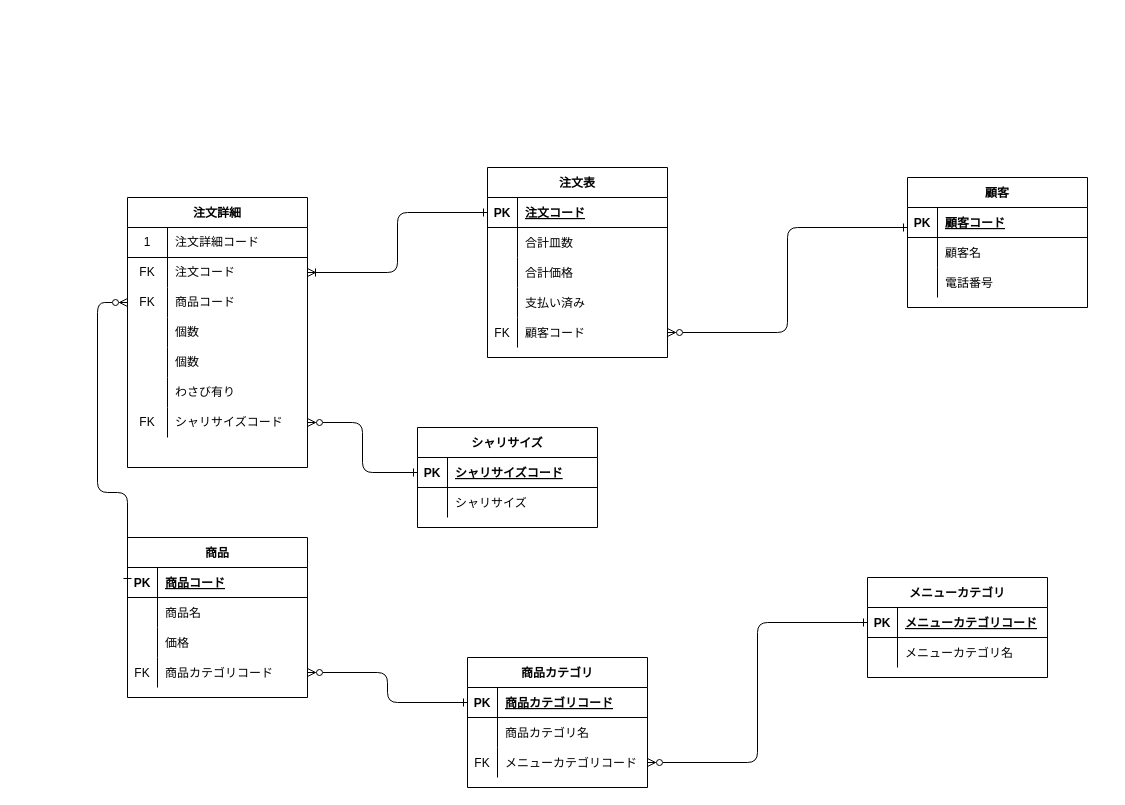
Yuji5117/praha_challenge keeps this draw.io diagram as データベース設計/DBモデリング１/課題2/課題2_シャリサイズ追加.drawio. Above is the earlier version. Source tidied: cells renumbered, new cells numbered last; positions are measured from the earlier drawing's top-left corner, leaving out a move shared by most shapes. Both pictures are drawn from the tidied source at 100%, with x=0, y=0 at pixel (97, 167).
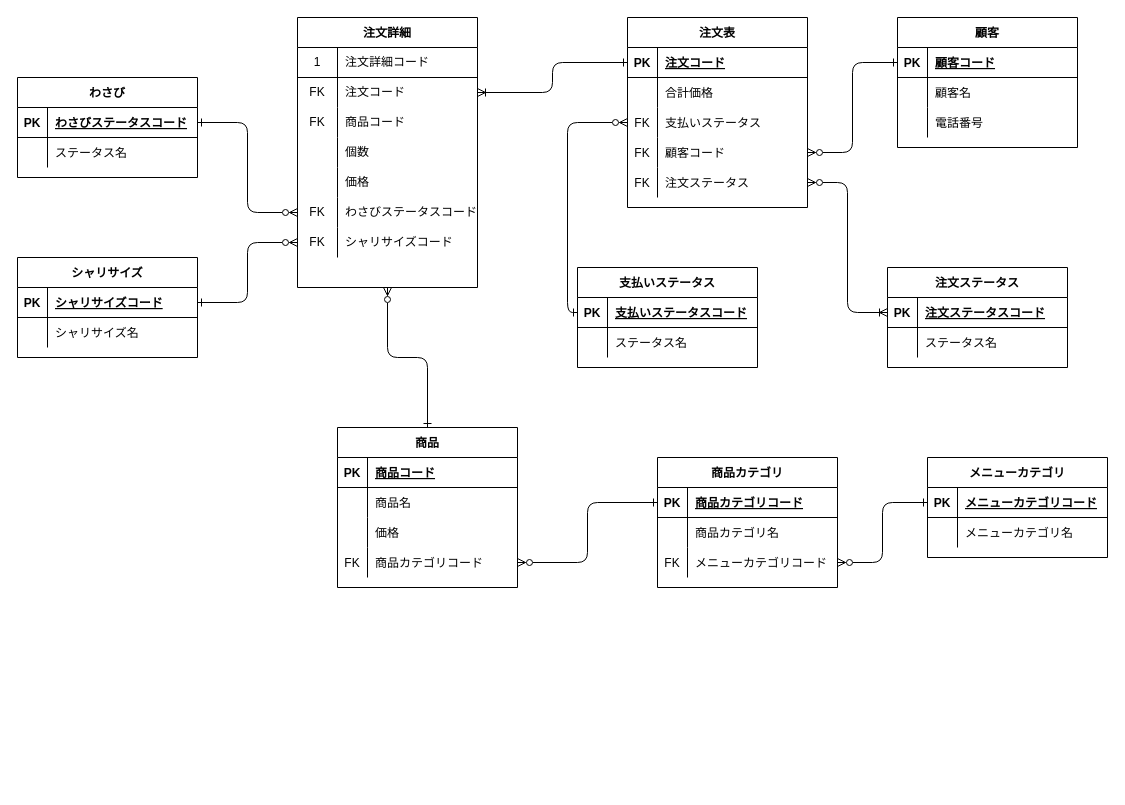
After the change.

Commit message (it also covers changes not shown here):
課題2_シャリサイズのer図を修正

The change refers to these unchanged cells:
```xml
<mxCell id="3" style="shape=partialRectangle;fillColor=none;top=0;left=0;bottom=1;right=0;points=[[0,0.5],[1,0.5]];portConstraint=eastwest;" parent="2" vertex="1">
  <mxGeometry y="30" width="180" height="30" as="geometry" />
</mxCell>
<mxCell id="15" style="shape=partialRectangle;fillColor=none;top=0;left=0;bottom=0;right=0;points=[[0,0.5],[1,0.5]];portConstraint=eastwest;" parent="2" vertex="1">
  <mxGeometry y="150" width="180" height="30" as="geometry" />
</mxCell>
<mxCell id="19" style="shape=partialRectangle;fillColor=none;top=0;left=0;bottom=1;right=0;points=[[0,0.5],[1,0.5]];portConstraint=eastwest;" parent="18" vertex="1">
  <mxGeometry y="30" width="180" height="30" as="geometry" />
</mxCell>
<mxCell id="28" style="shape=partialRectangle;fillColor=none;top=0;left=0;bottom=0;right=0;points=[[0,0.5],[1,0.5]];portConstraint=eastwest;" parent="18" vertex="1">
  <mxGeometry y="120" width="180" height="30" as="geometry" />
</mxCell>
<mxCell id="32" style="shape=partialRectangle;fillColor=none;top=0;left=0;bottom=1;right=0;points=[[0,0.5],[1,0.5]];portConstraint=eastwest;" parent="31" vertex="1">
  <mxGeometry y="30" width="180" height="30" as="geometry" />
</mxCell>
<mxCell id="38" style="shape=partialRectangle;fillColor=none;top=0;left=0;bottom=0;right=0;points=[[0,0.5],[1,0.5]];portConstraint=eastwest;" parent="31" vertex="1">
  <mxGeometry y="90" width="180" height="30" as="geometry" />
</mxCell>
<mxCell id="42" style="shape=partialRectangle;fillColor=none;top=0;left=0;bottom=1;right=0;points=[[0,0.5],[1,0.5]];portConstraint=eastwest;" parent="41" vertex="1">
  <mxGeometry y="30" width="180" height="30" as="geometry" />
</mxCell>
<mxCell id="50" style="shape=partialRectangle;fillColor=none;top=0;left=0;bottom=1;right=0;points=[[0,0.5],[1,0.5]];portConstraint=eastwest;" parent="49" vertex="1">
  <mxGeometry y="30" width="180" height="30" as="geometry" />
</mxCell>
<mxCell id="65" style="shape=partialRectangle;html=1;whiteSpace=wrap;fillColor=none;top=0;left=0;bottom=0;right=0;points=[[0,0.5],[1,0.5]];portConstraint=eastwest;" parent="61" vertex="1">
  <mxGeometry y="60" width="180" height="30" as="geometry" />
</mxCell>
<mxCell id="68" style="shape=partialRectangle;html=1;whiteSpace=wrap;fillColor=none;top=0;left=0;bottom=0;right=0;points=[[0,0.5],[1,0.5]];portConstraint=eastwest;" parent="61" vertex="1">
  <mxGeometry y="90" width="180" height="30" as="geometry" />
</mxCell>
<mxCell id="77" style="shape=partialRectangle;html=1;whiteSpace=wrap;fillColor=none;top=0;left=0;bottom=0;right=0;points=[[0,0.5],[1,0.5]];portConstraint=eastwest;" parent="61" vertex="1">
  <mxGeometry y="180" width="180" height="30" as="geometry" />
</mxCell>
<mxCell id="80" style="shape=partialRectangle;html=1;whiteSpace=wrap;fillColor=none;top=0;left=0;bottom=0;right=0;points=[[0,0.5],[1,0.5]];portConstraint=eastwest;" parent="61" vertex="1">
  <mxGeometry y="210" width="180" height="30" as="geometry" />
</mxCell>
```

What changed in the source:
```diff
@@
     <mxCell id="2" value="注文表" style="shape=table;startSize=30;childLayout=tableLayout;rowLines=0;fontStyle=1;align=center;" parent="1" vertex="1">
-      <mxGeometry x="390" width="180" height="190" as="geometry" />
+      <mxGeometry x="530" y="-150" width="180" height="190" as="geometry" />
     </mxCell>
@@
-    <mxCell id="6" style="shape=partialRectangle;fillColor=none;top=0;left=0;bottom=0;right=0;" parent="2" vertex="1">
-      <mxGeometry y="60" width="180" height="30" as="geometry" />
-    </mxCell>
-    <mxCell id="7" style="shape=partialRectangle;fillColor=none;top=0;left=0;bottom=0;right=0;overflow=hidden;" parent="6" vertex="1">
-      <mxGeometry width="30" height="30" as="geometry" />
-    </mxCell>
-    <mxCell id="8" value="合計皿数" style="shape=partialRectangle;fillColor=none;top=0;left=0;bottom=0;right=0;align=left;spacingLeft=6;overflow=hidden;" parent="6" vertex="1">
-      <mxGeometry x="30" width="150" height="30" as="geometry" />
-    </mxCell>
     <mxCell id="9" style="shape=partialRectangle;fillColor=none;top=0;left=0;bottom=0;right=0;" parent="2" vertex="1">
-      <mxGeometry y="90" width="180" height="30" as="geometry" />
+      <mxGeometry y="60" width="180" height="30" as="geometry" />
     </mxCell>
@@
     <mxCell id="12" style="shape=partialRectangle;fillColor=none;top=0;left=0;bottom=0;right=0;points=[[0,0.5],[1,0.5]];portConstraint=eastwest;" parent="2" vertex="1">
-      <mxGeometry y="120" width="180" height="30" as="geometry" />
+      <mxGeometry y="90" width="180" height="30" as="geometry" />
     </mxCell>
-    <mxCell id="13" style="shape=partialRectangle;fillColor=none;top=0;left=0;bottom=0;right=0;overflow=hidden;" parent="12" vertex="1">
+    <mxCell id="13" value="FK" style="shape=partialRectangle;fillColor=none;top=0;left=0;bottom=0;right=0;overflow=hidden;" parent="12" vertex="1">
       <mxGeometry width="30" height="30" as="geometry" />
     </mxCell>
-    <mxCell id="14" value="支払い済み" style="shape=partialRectangle;fillColor=none;top=0;left=0;bottom=0;right=0;align=left;spacingLeft=6;overflow=hidden;" parent="12" vertex="1">
+    <mxCell id="14" value="支払いステータス" style="shape=partialRectangle;fillColor=none;top=0;left=0;bottom=0;right=0;align=left;spacingLeft=6;overflow=hidden;" parent="12" vertex="1">
       <mxGeometry x="30" width="150" height="30" as="geometry" />
     </mxCell>
+    <mxCell id="93" style="shape=partialRectangle;fillColor=none;top=0;left=0;bottom=0;right=0;points=[[0,0.5],[1,0.5]];portConstraint=eastwest;" parent="2" vertex="1">
+      <mxGeometry y="120" width="180" height="30" as="geometry" />
+    </mxCell>
+    <mxCell id="94" value="FK" style="shape=partialRectangle;fillColor=none;top=0;left=0;bottom=0;right=0;overflow=hidden;" parent="93" vertex="1">
+      <mxGeometry width="30" height="30" as="geometry" />
+    </mxCell>
+    <mxCell id="95" value="顧客コード" style="shape=partialRectangle;fillColor=none;top=0;left=0;bottom=0;right=0;align=left;spacingLeft=6;overflow=hidden;" parent="93" vertex="1">
+      <mxGeometry x="30" width="150" height="30" as="geometry" />
+    </mxCell>
@@
-    <mxCell id="17" value="顧客コード" style="shape=partialRectangle;fillColor=none;top=0;left=0;bottom=0;right=0;align=left;spacingLeft=6;overflow=hidden;" parent="15" vertex="1">
+    <mxCell id="17" value="注文ステータス" style="shape=partialRectangle;fillColor=none;top=0;left=0;bottom=0;right=0;align=left;spacingLeft=6;overflow=hidden;" parent="15" vertex="1">
       <mxGeometry x="30" width="150" height="30" as="geometry" />
     </mxCell>
+    <mxCell id="96" style="edgeStyle=orthogonalEdgeStyle;html=1;exitX=0.5;exitY=0;exitDx=0;exitDy=0;entryX=0.5;entryY=1;entryDx=0;entryDy=0;startArrow=ERone;startFill=0;endArrow=ERzeroToMany;endFill=0;" parent="1" edge="1" source="18" target="61">
+      <mxGeometry relative="1" as="geometry" />
+    </mxCell>
     <mxCell id="18" value="商品" style="shape=table;startSize=30;childLayout=tableLayout;rowLines=0;fontStyle=1;align=center;" parent="1" vertex="1">
-      <mxGeometry x="30" y="370" width="180" height="160" as="geometry" />
+      <mxGeometry x="240" y="260" width="180" height="160" as="geometry" />
     </mxCell>
@@
     <mxCell id="31" value="商品カテゴリ" style="shape=table;startSize=30;childLayout=tableLayout;rowLines=0;fontStyle=1;align=center;" parent="1" vertex="1">
-      <mxGeometry x="370" y="490" width="180" height="130" as="geometry" />
+      <mxGeometry x="560" y="290" width="180" height="130" as="geometry" />
     </mxCell>
@@
     <mxCell id="41" value="メニューカテゴリ" style="shape=table;startSize=30;childLayout=tableLayout;rowLines=0;fontStyle=1;align=center;" parent="1" vertex="1">
-      <mxGeometry x="770" y="410" width="180" height="100" as="geometry" />
+      <mxGeometry x="830" y="290" width="180" height="100" as="geometry" />
     </mxCell>
@@
-    <mxCell id="48" style="edgeStyle=orthogonalEdgeStyle;html=1;exitX=0;exitY=0.5;exitDx=0;exitDy=0;entryX=1;entryY=0.5;entryDx=0;entryDy=0;startArrow=ERone;startFill=0;endArrow=ERzeroToMany;endFill=0;" parent="1" edge="1" source="42" target="38">
-      <mxGeometry relative="1" as="geometry" />
-    </mxCell>
     <mxCell id="49" value="顧客" style="shape=table;startSize=30;childLayout=tableLayout;rowLines=0;fontStyle=1;align=center;" parent="1" vertex="1">
-      <mxGeometry x="810" y="10" width="180" height="130" as="geometry" />
+      <mxGeometry x="800" y="-150" width="180" height="130" as="geometry" />
     </mxCell>
@@
-    <mxCell id="59" style="edgeStyle=elbowEdgeStyle;html=1;exitX=1;exitY=0.5;exitDx=0;exitDy=0;startArrow=ERzeroToMany;startFill=0;endArrow=ERone;endFill=0;" parent="1" edge="1" source="15">
-      <mxGeometry relative="1" as="geometry">
-        <mxPoint x="810" y="60" as="targetPoint" />
-      </mxGeometry>
-    </mxCell>
-    <mxCell id="60" style="edgeStyle=elbowEdgeStyle;html=1;exitX=0;exitY=0.5;exitDx=0;exitDy=0;entryX=1;entryY=0.5;entryDx=0;entryDy=0;startArrow=ERone;startFill=0;endArrow=ERzeroToMany;endFill=0;" parent="1" edge="1" source="32" target="28">
-      <mxGeometry relative="1" as="geometry" />
-    </mxCell>
     <mxCell id="61" value="注文詳細" style="shape=table;startSize=30;childLayout=tableLayout;rowLines=0;fontStyle=1;align=center;" parent="1" vertex="1">
-      <mxGeometry x="30" y="30" width="180" height="270" as="geometry" />
+      <mxGeometry x="200" y="-150" width="180" height="270" as="geometry" />
     </mxCell>
@@
-    <mxCell id="74" style="shape=partialRectangle;html=1;whiteSpace=wrap;fillColor=none;top=0;left=0;bottom=0;right=0;" parent="61" vertex="1">
-      <mxGeometry y="150" width="180" height="30" as="geometry" />
-    </mxCell>
-    <mxCell id="75" style="shape=partialRectangle;html=1;whiteSpace=wrap;fillColor=none;top=0;left=0;bottom=0;right=0;overflow=hidden;" parent="74" vertex="1">
-      <mxGeometry width="40" height="30" as="geometry" />
-    </mxCell>
-    <mxCell id="76" value="&lt;span&gt;個数&lt;/span&gt;" style="shape=partialRectangle;html=1;whiteSpace=wrap;fillColor=none;top=0;left=0;bottom=0;right=0;align=left;spacingLeft=6;overflow=hidden;" parent="74" vertex="1">
-      <mxGeometry x="40" width="140" height="30" as="geometry" />
-    </mxCell>
+    <mxCell id="85" style="shape=partialRectangle;html=1;whiteSpace=wrap;fillColor=none;top=0;left=0;bottom=0;right=0;" parent="61" vertex="1">
+      <mxGeometry y="150" width="180" height="30" as="geometry" />
+    </mxCell>
+    <mxCell id="86" style="shape=partialRectangle;html=1;whiteSpace=wrap;fillColor=none;top=0;left=0;bottom=0;right=0;overflow=hidden;" parent="85" vertex="1">
+      <mxGeometry width="40" height="30" as="geometry" />
+    </mxCell>
+    <mxCell id="87" value="価格" style="shape=partialRectangle;html=1;whiteSpace=wrap;fillColor=none;top=0;left=0;bottom=0;right=0;align=left;spacingLeft=6;overflow=hidden;" parent="85" vertex="1">
+      <mxGeometry x="40" width="140" height="30" as="geometry" />
+    </mxCell>
@@
-    <mxCell id="78" style="shape=partialRectangle;html=1;whiteSpace=wrap;fillColor=none;top=0;left=0;bottom=0;right=0;overflow=hidden;" parent="77" vertex="1">
+    <mxCell id="78" value="FK" style="shape=partialRectangle;html=1;whiteSpace=wrap;fillColor=none;top=0;left=0;bottom=0;right=0;overflow=hidden;" parent="77" vertex="1">
       <mxGeometry width="40" height="30" as="geometry" />
     </mxCell>
-    <mxCell id="79" value="&lt;span&gt;わさび有り&lt;/span&gt;" style="shape=partialRectangle;html=1;whiteSpace=wrap;fillColor=none;top=0;left=0;bottom=0;right=0;align=left;spacingLeft=6;overflow=hidden;" parent="77" vertex="1">
+    <mxCell id="79" value="わさびステータスコード" style="shape=partialRectangle;html=1;whiteSpace=wrap;fillColor=none;top=0;left=0;bottom=0;right=0;align=left;spacingLeft=6;overflow=hidden;" parent="77" vertex="1">
       <mxGeometry x="40" width="140" height="30" as="geometry" />
     </mxCell>
@@
-    <mxCell id="82" value="&lt;span&gt;シャリサイズコード&lt;/span&gt;" style="shape=partialRectangle;html=1;whiteSpace=wrap;fillColor=none;top=0;left=0;bottom=0;right=0;align=left;spacingLeft=6;overflow=hidden;" parent="80" vertex="1">
+    <mxCell id="82" value="シャリサイズコード" style="shape=partialRectangle;html=1;whiteSpace=wrap;fillColor=none;top=0;left=0;bottom=0;right=0;align=left;spacingLeft=6;overflow=hidden;" parent="80" vertex="1">
       <mxGeometry x="40" width="140" height="30" as="geometry" />
     </mxCell>
-    <mxCell id="83" style="edgeStyle=orthogonalEdgeStyle;html=1;exitX=0;exitY=0.5;exitDx=0;exitDy=0;entryX=1;entryY=0.5;entryDx=0;entryDy=0;startArrow=ERone;startFill=0;endArrow=ERoneToMany;endFill=0;strokeColor=default;" parent="1" edge="1" source="3" target="65">
-      <mxGeometry relative="1" as="geometry" />
-    </mxCell>
-    <mxCell id="84" style="edgeStyle=orthogonalEdgeStyle;html=1;exitX=0;exitY=0.5;exitDx=0;exitDy=0;entryX=0;entryY=0.5;entryDx=0;entryDy=0;startArrow=ERone;startFill=0;endArrow=ERzeroToMany;endFill=0;strokeColor=default;" parent="1" edge="1" source="19" target="68">
-      <mxGeometry relative="1" as="geometry">
-        <Array as="points">
-          <mxPoint y="325" />
-          <mxPoint y="135" />
-        </Array>
-      </mxGeometry>
-    </mxCell>
-    <mxCell id="85" value="シャリサイズ" style="shape=table;startSize=30;childLayout=tableLayout;rowLines=0;fontStyle=1;align=center;" parent="1" vertex="1">
-      <mxGeometry x="320" y="260" width="180" height="100" as="geometry" />
-    </mxCell>
-    <mxCell id="86" style="shape=partialRectangle;fillColor=none;top=0;left=0;bottom=1;right=0;points=[[0,0.5],[1,0.5]];portConstraint=eastwest;" parent="85" vertex="1">
-      <mxGeometry y="30" width="180" height="30" as="geometry" />
-    </mxCell>
-    <mxCell id="87" value="PK" style="shape=partialRectangle;fillColor=none;top=0;left=0;bottom=0;right=0;fontStyle=1;overflow=hidden;" parent="86" vertex="1">
-      <mxGeometry width="30" height="30" as="geometry" />
-    </mxCell>
-    <mxCell id="88" value="シャリサイズコード" style="shape=partialRectangle;fillColor=none;top=0;left=0;bottom=0;right=0;align=left;spacingLeft=6;fontStyle=5;overflow=hidden;" parent="86" vertex="1">
-      <mxGeometry x="30" width="150" height="30" as="geometry" />
-    </mxCell>
-    <mxCell id="89" style="shape=partialRectangle;fillColor=none;top=0;left=0;bottom=0;right=0;" parent="85" vertex="1">
-      <mxGeometry y="60" width="180" height="30" as="geometry" />
+    <mxCell id="89" value="支払いステータス" style="shape=table;startSize=30;childLayout=tableLayout;rowLines=0;fontStyle=1;align=center;" parent="1" vertex="1">
+      <mxGeometry x="480" y="100" width="180" height="100" as="geometry" />
     </mxCell>
-    <mxCell id="90" style="shape=partialRectangle;fillColor=none;top=0;left=0;bottom=0;right=0;overflow=hidden;" parent="89" vertex="1">
-      <mxGeometry width="30" height="30" as="geometry" />
+    <mxCell id="90" style="shape=partialRectangle;fillColor=none;top=0;left=0;bottom=1;right=0;points=[[0,0.5],[1,0.5]];portConstraint=eastwest;" parent="89" vertex="1">
+      <mxGeometry y="30" width="180" height="30" as="geometry" />
     </mxCell>
-    <mxCell id="91" value="シャリサイズ" style="shape=partialRectangle;fillColor=none;top=0;left=0;bottom=0;right=0;align=left;spacingLeft=6;overflow=hidden;" parent="89" vertex="1">
-      <mxGeometry x="30" width="150" height="30" as="geometry" />
+    <mxCell id="91" value="PK" style="shape=partialRectangle;fillColor=none;top=0;left=0;bottom=0;right=0;fontStyle=1;overflow=hidden;" parent="90" vertex="1">
+      <mxGeometry width="30" height="30" as="geometry" />
     </mxCell>
-    <mxCell id="92" style="edgeStyle=orthogonalEdgeStyle;html=1;exitX=0;exitY=0.5;exitDx=0;exitDy=0;entryX=1;entryY=0.5;entryDx=0;entryDy=0;startArrow=ERone;startFill=0;endArrow=ERzeroToMany;endFill=0;" parent="1" edge="1" source="86" target="80">
-      <mxGeometry relative="1" as="geometry" />
-    </mxCell>
+    <mxCell id="97" value="支払いステータスコード" style="shape=partialRectangle;fillColor=none;top=0;left=0;bottom=0;right=0;align=left;spacingLeft=6;fontStyle=5;overflow=hidden;" parent="90" vertex="1">
+      <mxGeometry x="30" width="150" height="30" as="geometry" />
+    </mxCell>
+    <mxCell id="98" style="shape=partialRectangle;fillColor=none;top=0;left=0;bottom=0;right=0;" parent="89" vertex="1">
+      <mxGeometry y="60" width="180" height="30" as="geometry" />
+    </mxCell>
+    <mxCell id="99" style="shape=partialRectangle;fillColor=none;top=0;left=0;bottom=0;right=0;overflow=hidden;" parent="98" vertex="1">
+      <mxGeometry width="30" height="30" as="geometry" />
+    </mxCell>
+    <mxCell id="100" value="ステータス名" style="shape=partialRectangle;fillColor=none;top=0;left=0;bottom=0;right=0;align=left;spacingLeft=6;overflow=hidden;" parent="98" vertex="1">
+      <mxGeometry x="30" width="150" height="30" as="geometry" />
+    </mxCell>
+    <mxCell id="48" style="edgeStyle=orthogonalEdgeStyle;html=1;exitX=0;exitY=0.5;exitDx=0;exitDy=0;entryX=1;entryY=0.5;entryDx=0;entryDy=0;startArrow=ERone;startFill=0;endArrow=ERzeroToMany;endFill=0;" parent="1" edge="1" source="42" target="38">
+      <mxGeometry relative="1" as="geometry" />
+    </mxCell>
+    <mxCell id="60" style="edgeStyle=orthogonalEdgeStyle;html=1;exitX=0;exitY=0.5;exitDx=0;exitDy=0;entryX=1;entryY=0.5;entryDx=0;entryDy=0;endArrow=ERzeroToMany;endFill=0;startArrow=ERone;startFill=0;" parent="1" edge="1" source="32" target="28">
+      <mxGeometry relative="1" as="geometry" />
+    </mxCell>
+    <mxCell id="101" style="edgeStyle=orthogonalEdgeStyle;html=1;exitX=1;exitY=0.5;exitDx=0;exitDy=0;entryX=0;entryY=0.5;entryDx=0;entryDy=0;startArrow=ERone;startFill=0;endArrow=ERzeroToMany;endFill=0;" parent="1" edge="1" source="103" target="77">
+      <mxGeometry relative="1" as="geometry" />
+    </mxCell>
+    <mxCell id="102" value="わさび" style="shape=table;startSize=30;childLayout=tableLayout;rowLines=0;fontStyle=1;align=center;" parent="1" vertex="1">
+      <mxGeometry x="-80" y="-90" width="180" height="100" as="geometry" />
+    </mxCell>
+    <mxCell id="103" style="shape=partialRectangle;fillColor=none;top=0;left=0;bottom=1;right=0;points=[[0,0.5],[1,0.5]];portConstraint=eastwest;" parent="102" vertex="1">
+      <mxGeometry y="30" width="180" height="30" as="geometry" />
+    </mxCell>
+    <mxCell id="104" value="PK" style="shape=partialRectangle;fillColor=none;top=0;left=0;bottom=0;right=0;fontStyle=1;overflow=hidden;" parent="103" vertex="1">
+      <mxGeometry width="30" height="30" as="geometry" />
+    </mxCell>
+    <mxCell id="105" value="わさびステータスコード" style="shape=partialRectangle;fillColor=none;top=0;left=0;bottom=0;right=0;align=left;spacingLeft=6;fontStyle=5;overflow=hidden;" parent="103" vertex="1">
+      <mxGeometry x="30" width="150" height="30" as="geometry" />
+    </mxCell>
+    <mxCell id="106" style="shape=partialRectangle;fillColor=none;top=0;left=0;bottom=0;right=0;" parent="102" vertex="1">
+      <mxGeometry y="60" width="180" height="30" as="geometry" />
+    </mxCell>
+    <mxCell id="107" style="shape=partialRectangle;fillColor=none;top=0;left=0;bottom=0;right=0;overflow=hidden;" parent="106" vertex="1">
+      <mxGeometry width="30" height="30" as="geometry" />
+    </mxCell>
+    <mxCell id="108" value="ステータス名" style="shape=partialRectangle;fillColor=none;top=0;left=0;bottom=0;right=0;align=left;spacingLeft=6;overflow=hidden;" parent="106" vertex="1">
+      <mxGeometry x="30" width="150" height="30" as="geometry" />
+    </mxCell>
+    <mxCell id="109" style="edgeStyle=orthogonalEdgeStyle;html=1;exitX=0;exitY=0.5;exitDx=0;exitDy=0;entryX=0;entryY=0.5;entryDx=0;entryDy=0;startArrow=ERzeroToMany;startFill=0;endArrow=ERone;endFill=0;" parent="1" edge="1" source="12" target="90">
+      <mxGeometry relative="1" as="geometry" />
+    </mxCell>
+    <mxCell id="110" style="edgeStyle=orthogonalEdgeStyle;html=1;exitX=1;exitY=0.5;exitDx=0;exitDy=0;entryX=0;entryY=0.5;entryDx=0;entryDy=0;startArrow=ERoneToMany;startFill=0;endArrow=ERone;endFill=0;" parent="1" edge="1" source="65" target="3">
+      <mxGeometry relative="1" as="geometry" />
+    </mxCell>
+    <mxCell id="111" style="edgeStyle=orthogonalEdgeStyle;html=1;exitX=0;exitY=0.5;exitDx=0;exitDy=0;entryX=1;entryY=0.5;entryDx=0;entryDy=0;startArrow=ERone;startFill=0;endArrow=ERzeroToMany;endFill=0;" parent="1" edge="1" source="50" target="93">
+      <mxGeometry relative="1" as="geometry" />
+    </mxCell>
+    <mxCell id="112" value="注文ステータス" style="shape=table;startSize=30;childLayout=tableLayout;rowLines=0;fontStyle=1;align=center;" parent="1" vertex="1">
+      <mxGeometry x="790" y="100" width="180" height="100" as="geometry" />
+    </mxCell>
+    <mxCell id="113" style="shape=partialRectangle;fillColor=none;top=0;left=0;bottom=1;right=0;points=[[0,0.5],[1,0.5]];portConstraint=eastwest;" parent="112" vertex="1">
+      <mxGeometry y="30" width="180" height="30" as="geometry" />
+    </mxCell>
+    <mxCell id="114" value="PK" style="shape=partialRectangle;fillColor=none;top=0;left=0;bottom=0;right=0;fontStyle=1;overflow=hidden;" parent="113" vertex="1">
+      <mxGeometry width="30" height="30" as="geometry" />
+    </mxCell>
+    <mxCell id="115" value="注文ステータスコード" style="shape=partialRectangle;fillColor=none;top=0;left=0;bottom=0;right=0;align=left;spacingLeft=6;fontStyle=5;overflow=hidden;" parent="113" vertex="1">
+      <mxGeometry x="30" width="150" height="30" as="geometry" />
+    </mxCell>
+    <mxCell id="116" style="shape=partialRectangle;fillColor=none;top=0;left=0;bottom=0;right=0;" parent="112" vertex="1">
+      <mxGeometry y="60" width="180" height="30" as="geometry" />
+    </mxCell>
+    <mxCell id="117" style="shape=partialRectangle;fillColor=none;top=0;left=0;bottom=0;right=0;overflow=hidden;" parent="116" vertex="1">
+      <mxGeometry width="30" height="30" as="geometry" />
+    </mxCell>
+    <mxCell id="118" value="ステータス名" style="shape=partialRectangle;fillColor=none;top=0;left=0;bottom=0;right=0;align=left;spacingLeft=6;overflow=hidden;" parent="116" vertex="1">
+      <mxGeometry x="30" width="150" height="30" as="geometry" />
+    </mxCell>
+    <mxCell id="119" style="edgeStyle=orthogonalEdgeStyle;html=1;exitX=0;exitY=0.5;exitDx=0;exitDy=0;entryX=1;entryY=0.5;entryDx=0;entryDy=0;startArrow=ERoneToMany;startFill=0;endArrow=ERzeroToMany;endFill=0;" parent="1" edge="1" source="113" target="15">
+      <mxGeometry relative="1" as="geometry" />
+    </mxCell>
+    <mxCell id="120" value="シャリサイズ" style="shape=table;startSize=30;childLayout=tableLayout;rowLines=0;fontStyle=1;align=center;" parent="1" vertex="1">
+      <mxGeometry x="-80" y="90" width="180" height="100" as="geometry" />
+    </mxCell>
+    <mxCell id="121" style="shape=partialRectangle;fillColor=none;top=0;left=0;bottom=1;right=0;points=[[0,0.5],[1,0.5]];portConstraint=eastwest;" parent="120" vertex="1">
+      <mxGeometry y="30" width="180" height="30" as="geometry" />
+    </mxCell>
+    <mxCell id="122" value="PK" style="shape=partialRectangle;fillColor=none;top=0;left=0;bottom=0;right=0;fontStyle=1;overflow=hidden;" parent="121" vertex="1">
+      <mxGeometry width="30" height="30" as="geometry" />
+    </mxCell>
+    <mxCell id="88" value="シャリサイズコード" style="shape=partialRectangle;fillColor=none;top=0;left=0;bottom=0;right=0;align=left;spacingLeft=6;fontStyle=5;overflow=hidden;" parent="121" vertex="1">
+      <mxGeometry x="30" width="150" height="30" as="geometry" />
+    </mxCell>
+    <mxCell id="123" style="shape=partialRectangle;fillColor=none;top=0;left=0;bottom=0;right=0;" parent="120" vertex="1">
+      <mxGeometry y="60" width="180" height="30" as="geometry" />
+    </mxCell>
+    <mxCell id="124" style="shape=partialRectangle;fillColor=none;top=0;left=0;bottom=0;right=0;overflow=hidden;" parent="123" vertex="1">
+      <mxGeometry width="30" height="30" as="geometry" />
+    </mxCell>
+    <mxCell id="125" value="シャリサイズ名" style="shape=partialRectangle;fillColor=none;top=0;left=0;bottom=0;right=0;align=left;spacingLeft=6;overflow=hidden;" parent="123" vertex="1">
+      <mxGeometry x="30" width="150" height="30" as="geometry" />
+    </mxCell>
+    <mxCell id="126" style="edgeStyle=orthogonalEdgeStyle;html=1;exitX=1;exitY=0.5;exitDx=0;exitDy=0;entryX=0;entryY=0.5;entryDx=0;entryDy=0;endArrow=ERzeroToMany;endFill=0;startArrow=ERone;startFill=0;" parent="1" edge="1" source="121" target="80">
+      <mxGeometry relative="1" as="geometry" />
+    </mxCell>
```
